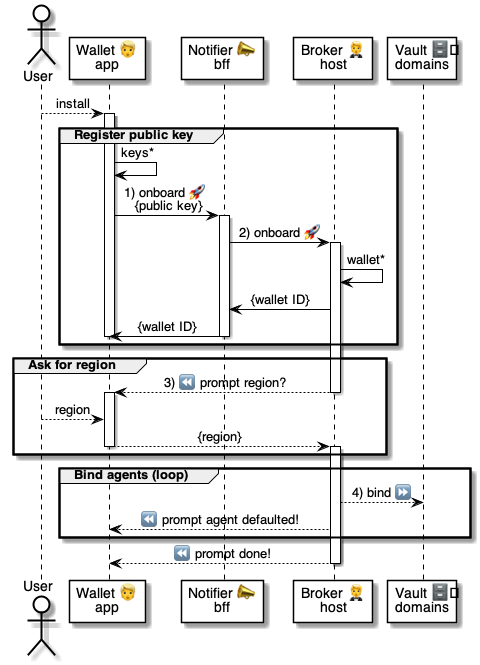
The PlantUML diagram 5 ⏩ Flows/90 🧑‍🦰👉 Wallets/10 👉🤵 Set-up/.📎 Assets/⚙️ Onboard.png in pollyweb-org/pollyweb-docs, before a commit. Its source is kept beside it as 5 ⏩ Flows/90 🧑‍🦰👉 Wallets/10 👉🤵 Set-up/.📎 Assets/⚙️ Onboard.puml. The source it was exported from:
```plantuml
@startuml Setup

actor User as user
participant "Wallet 👱\napp" as wallet
participant "Notifier 📣\nbff" as notifier
participant "Broker 🤵\nhost" as broker
participant "Vault 🗄️\ndomains" as vault

user --> wallet: install

activate wallet

    group Register public key

        wallet -> wallet: keys*
        wallet -> notifier: 1) onboard 🚀 \n {public key}

        activate notifier
            notifier -> broker: 2) onboard 🚀

            activate broker
                broker -> broker: wallet*
                broker -> notifier: {wallet ID}

            notifier -> wallet: {wallet ID}

        deactivate notifier

    deactivate wallet
end group


group Ask for region

    broker --> wallet: 3) ⏪ prompt region?
    deactivate broker

    activate wallet
        user --> wallet: region
        wallet --> broker: {region}
    deactivate wallet

    activate broker

end group


group Bind agents (loop)

    broker --> vault: 4) bind ⏩
    broker --> wallet: ⏪ prompt agent defaulted!

end group

broker --> wallet: ⏪ prompt done!

deactivate broker

@enduml
```
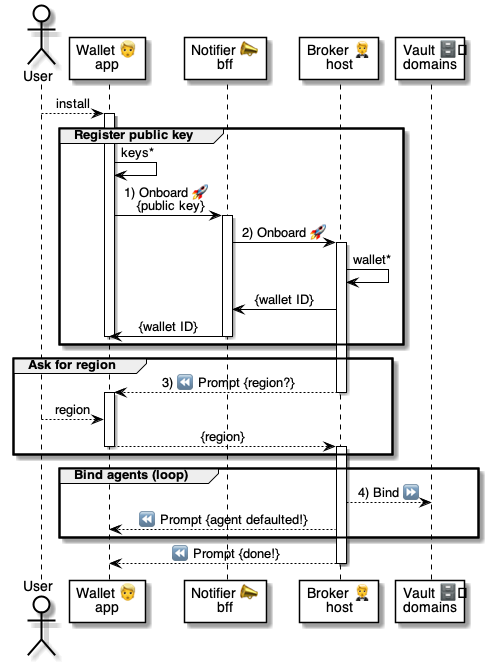
After the change.

The edit, as a diff of the source:
```diff
@@ -13,10 +13,10 @@
     group Register public key
 
         wallet -> wallet: keys*
-        wallet -> notifier: 1) onboard 🚀 \n {public key}
+        wallet -> notifier: 1) Onboard 🚀 \n {public key}
 
         activate notifier
-            notifier -> broker: 2) onboard 🚀
+            notifier -> broker: 2) Onboard 🚀
 
             activate broker
                 broker -> broker: wallet*
@@ -32,7 +32,7 @@
 
 group Ask for region
 
-    broker --> wallet: 3) ⏪ prompt region?
+    broker --> wallet: 3) ⏪ Prompt {region?}
     deactivate broker
 
     activate wallet
@@ -47,12 +47,12 @@
 
 group Bind agents (loop)
 
-    broker --> vault: 4) bind ⏩
-    broker --> wallet: ⏪ prompt agent defaulted!
+    broker --> vault: 4) Bind ⏩
+    broker --> wallet: ⏪ Prompt {agent defaulted!}
 
 end group
 
-broker --> wallet: ⏪ prompt done!
+broker --> wallet: ⏪ Prompt {done!}
 
 deactivate broker
 
```
